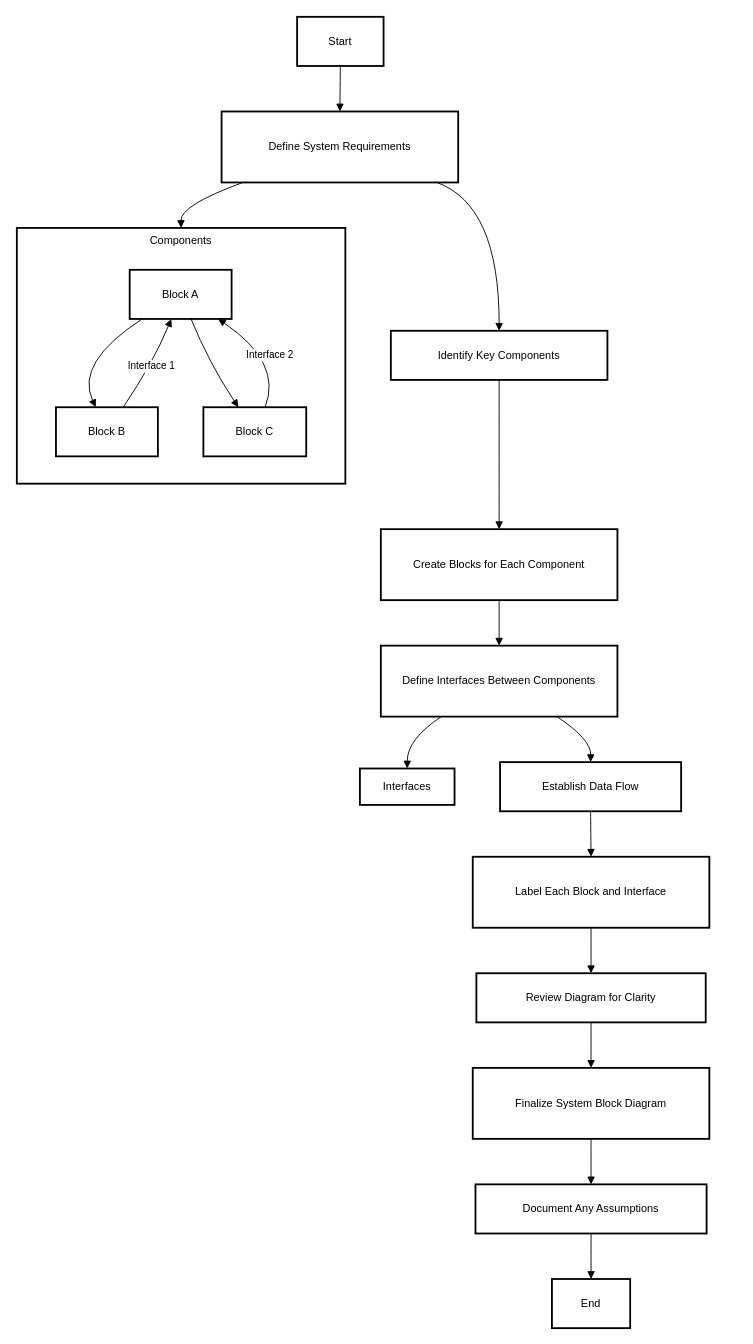
Above: Untitled Diagram.drawio in RyaneLi/FirstTest (draw.io), before the change. Source tidied: cells renumbered, new cells numbered last; positions are measured from the earlier drawing's top-left corner, leaving out a move shared by most shapes. Both pictures are drawn from the tidied source at 91%, with x=0, y=0 at pixel (16, 16).
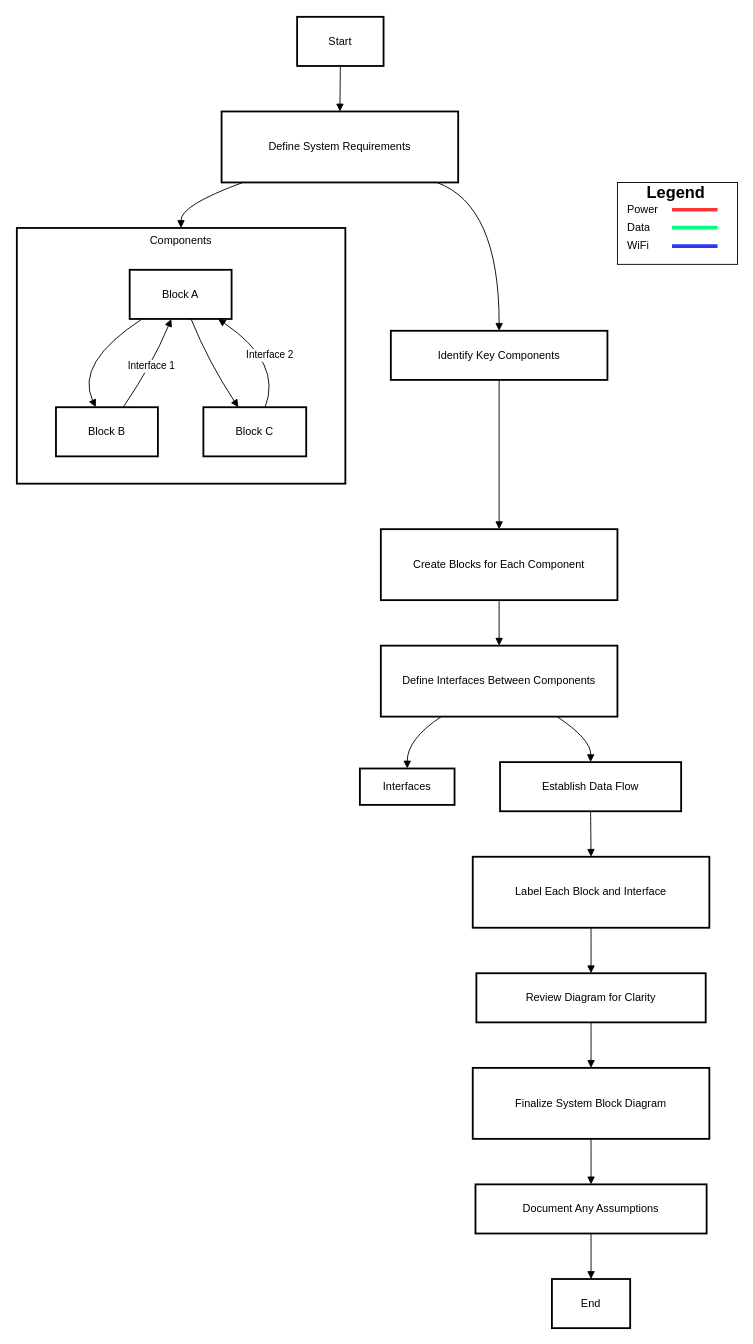
The same page after the edit.

Commit message:
Update System Block Diagram.drawio

What changed in the source:
```diff
@@
+    <mxCell id="34" style="rounded=0;whiteSpace=wrap;html=1;" parent="1" vertex="1">
+      <mxGeometry x="660" y="182" width="132" height="90" as="geometry" />
+    </mxCell>
@@
+    <mxCell id="35" style="shape=table;startSize=0;childLayout=tableLayout;fontSize=11;fillColor=none;strokeColor=none;" parent="1" vertex="1">
+      <mxGeometry x="664" y="202" width="60" height="60" as="geometry" />
+    </mxCell>
+    <mxCell id="36" style="shape=tableRow;horizontal=0;startSize=0;swimlaneHead=0;swimlaneBody=0;strokeColor=inherit;top=0;left=0;bottom=0;right=0;fillColor=none;fontSize=16;" parent="35" vertex="1">
+      <mxGeometry width="60" height="20" as="geometry" />
+    </mxCell>
+    <mxCell id="37" value="Power" style="shape=partialRectangle;html=1;whiteSpace=wrap;strokeColor=inherit;overflow=hidden;fillColor=none;top=0;left=0;bottom=0;right=0;fontSize=12;align=left;spacingLeft=5;" parent="36" vertex="1">
+      <mxGeometry width="60" height="20" as="geometry" />
+    </mxCell>
+    <mxCell id="38" style="shape=tableRow;horizontal=0;startSize=0;swimlaneHead=0;swimlaneBody=0;strokeColor=inherit;top=0;left=0;bottom=0;right=0;fillColor=none;fontSize=16;" parent="35" vertex="1">
+      <mxGeometry y="20" width="60" height="20" as="geometry" />
+    </mxCell>
+    <mxCell id="39" value="Data" style="shape=partialRectangle;html=1;whiteSpace=wrap;strokeColor=inherit;overflow=hidden;fillColor=none;top=0;left=0;bottom=0;right=0;fontSize=12;align=left;spacingLeft=5;" parent="38" vertex="1">
+      <mxGeometry width="60" height="20" as="geometry" />
+    </mxCell>
+    <mxCell id="40" style="shape=tableRow;horizontal=0;startSize=0;swimlaneHead=0;swimlaneBody=0;strokeColor=inherit;top=0;left=0;bottom=0;right=0;fillColor=none;fontSize=16;" parent="35" vertex="1">
+      <mxGeometry y="40" width="60" height="20" as="geometry" />
+    </mxCell>
+    <mxCell id="41" value="WiFi" style="shape=partialRectangle;html=1;whiteSpace=wrap;strokeColor=inherit;overflow=hidden;fillColor=none;top=0;left=0;bottom=0;right=0;fontSize=12;align=left;spacingLeft=5;" parent="40" vertex="1">
+      <mxGeometry width="60" height="20" as="geometry" />
+    </mxCell>
+    <mxCell id="42" value="&lt;font style=&quot;font-size: 18px;&quot;&gt;Legend&lt;/font&gt;" style="text;strokeColor=none;fillColor=none;html=1;fontSize=24;fontStyle=1;verticalAlign=middle;align=center;" parent="1" vertex="1">
+      <mxGeometry x="674" y="172" width="100" height="40" as="geometry" />
+    </mxCell>
+    <mxCell id="43" style="endArrow=none;html=1;rounded=0;strokeColor=#FF3333;strokeWidth=4;" parent="1" edge="1">
+      <mxGeometry relative="1" as="geometry">
+        <mxPoint x="720" y="212" as="sourcePoint" />
+        <mxPoint x="770" y="212" as="targetPoint" />
+      </mxGeometry>
+    </mxCell>
+    <mxCell id="44" style="endArrow=none;html=1;rounded=0;strokeColor=#00FF80;strokeWidth=4;" parent="1" edge="1">
+      <mxGeometry relative="1" as="geometry">
+        <mxPoint x="720" y="231.7" as="sourcePoint" />
+        <mxPoint x="770" y="231.7" as="targetPoint" />
+      </mxGeometry>
+    </mxCell>
+    <mxCell id="45" style="endArrow=none;html=1;rounded=0;strokeColor=#3333FF;strokeWidth=4;" parent="1" edge="1">
+      <mxGeometry relative="1" as="geometry">
+        <mxPoint x="720" y="252" as="sourcePoint" />
+        <mxPoint x="770" y="252" as="targetPoint" />
+      </mxGeometry>
+    </mxCell>
```
